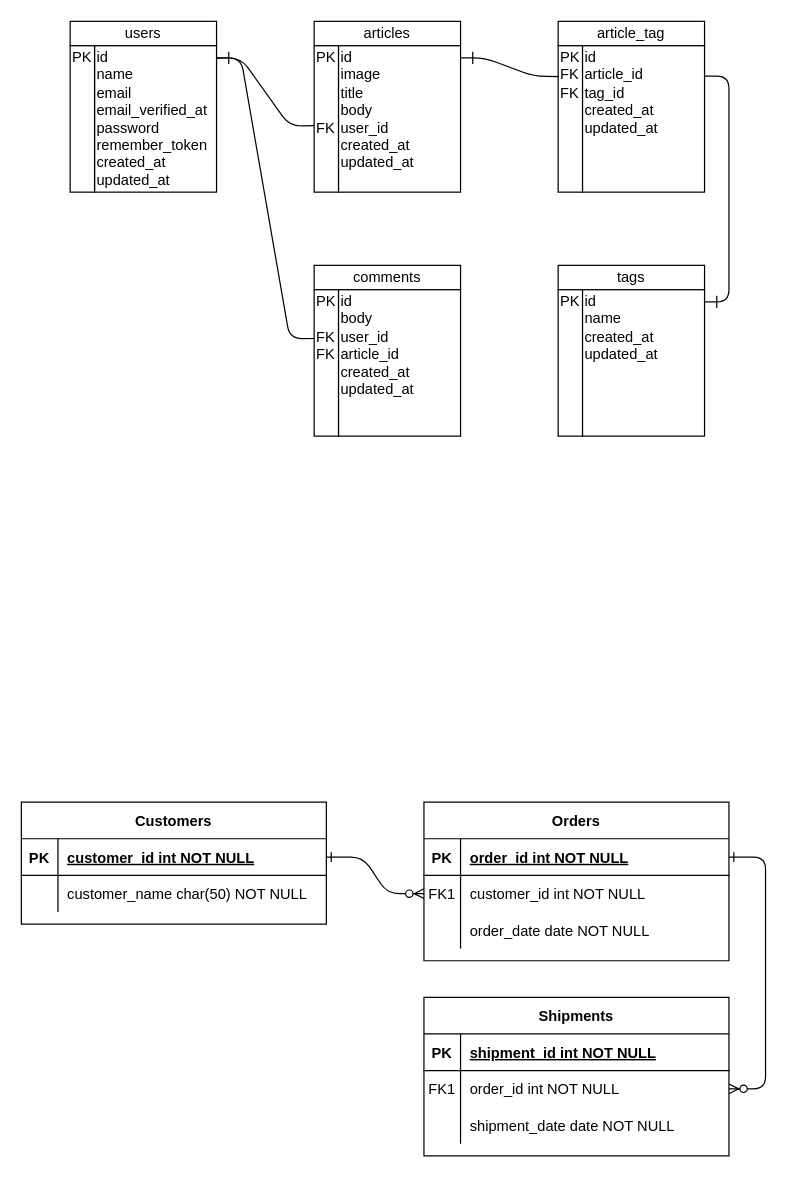
Above: cts-remake Diagram.drawio in yuuhei-koutoku/cts-remake (draw.io), before the change. Source tidied: cells renumbered, new cells numbered last; positions are measured from the earlier drawing's top-left corner, leaving out a move shared by most shapes. Both pictures are drawn from the tidied source at 122%, with x=0, y=0 at pixel (21, 21).
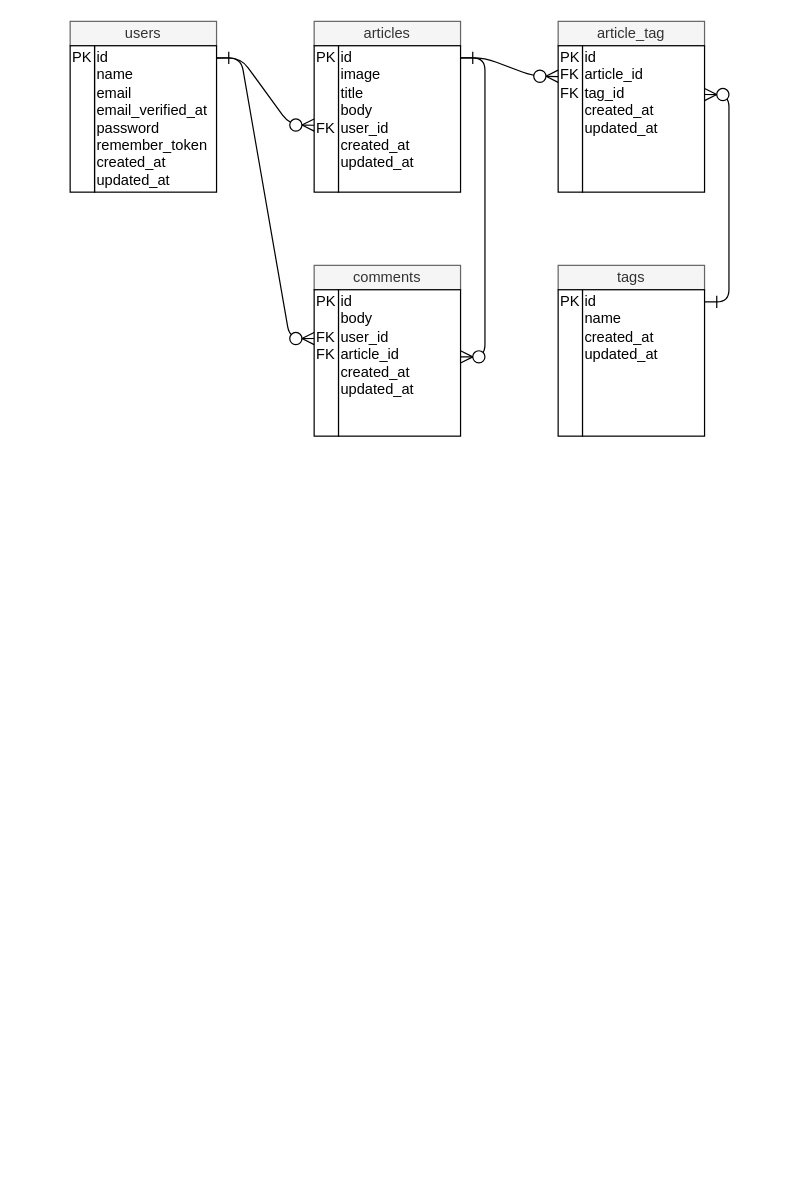
The same diagram, later.

The change refers to these unchanged cells:
```xml
<mxCell id="32" value="id&lt;br&gt;name&lt;br&gt;email&lt;br&gt;email_verified_at&lt;br&gt;password&lt;br&gt;remember_token&lt;br&gt;created_at&lt;br&gt;updated_at" style="rounded=0;whiteSpace=wrap;html=1;align=left;" parent="1" vertex="1">
  <mxGeometry x="60" y="20" width="100" height="120" as="geometry" />
</mxCell>
<mxCell id="35" value="PK&lt;br&gt;&lt;br&gt;&lt;br&gt;&lt;br&gt;FK&lt;br&gt;&lt;br&gt;&lt;br&gt;&lt;br&gt;" style="rounded=0;whiteSpace=wrap;html=1;align=left;verticalAlign=middle;" parent="1" vertex="1">
  <mxGeometry x="240" y="20" width="20" height="120" as="geometry" />
</mxCell>
<mxCell id="43" value="id&lt;br&gt;article_id&lt;br&gt;tag_id&lt;br&gt;created_at&lt;br&gt;updated_at&lt;br&gt;&lt;br&gt;&lt;br&gt;&lt;br&gt;" style="rounded=0;whiteSpace=wrap;html=1;align=left;verticalAlign=middle;" parent="1" vertex="1">
  <mxGeometry x="460" y="20" width="100" height="120" as="geometry" />
</mxCell>
```

What changed in the source:
```diff
@@
-    <mxCell id="2" style="edgeStyle=entityRelationEdgeStyle;endArrow=ERzeroToMany;startArrow=ERone;endFill=1;startFill=0;" parent="1" edge="1" source="25" target="8">
-      <mxGeometry relative="1" as="geometry" />
-    </mxCell>
-    <mxCell id="3" style="edgeStyle=entityRelationEdgeStyle;endArrow=ERzeroToMany;startArrow=ERone;endFill=1;startFill=0;" parent="1" edge="1" source="5" target="18">
-      <mxGeometry relative="1" as="geometry" />
-    </mxCell>
-    <mxCell id="4" value="Orders" style="shape=table;startSize=30;childLayout=tableLayout;rowLines=0;fontStyle=1;align=center;" parent="1" vertex="1">
-      <mxGeometry x="330" y="640" width="250" height="130" as="geometry" />
-    </mxCell>
-    <mxCell id="5" style="shape=partialRectangle;fillColor=none;points=[[0,0.5],[1,0.5]];portConstraint=eastwest;top=0;left=0;right=0;bottom=1;" parent="4" vertex="1">
-      <mxGeometry y="30" width="250" height="30" as="geometry" />
-    </mxCell>
-    <mxCell id="6" value="PK" style="shape=partialRectangle;overflow=hidden;fillColor=none;top=0;left=0;bottom=0;right=0;fontStyle=1;" parent="5" vertex="1">
-      <mxGeometry width="30" height="30" as="geometry" />
-    </mxCell>
-    <mxCell id="7" value="order_id int NOT NULL " style="shape=partialRectangle;overflow=hidden;fillColor=none;top=0;left=0;bottom=0;right=0;align=left;spacingLeft=6;fontStyle=5;" parent="5" vertex="1">
-      <mxGeometry x="30" width="220" height="30" as="geometry" />
-    </mxCell>
-    <mxCell id="8" style="shape=partialRectangle;fillColor=none;points=[[0,0.5],[1,0.5]];portConstraint=eastwest;top=0;left=0;right=0;bottom=0;" parent="4" vertex="1">
-      <mxGeometry y="60" width="250" height="30" as="geometry" />
-    </mxCell>
-    <mxCell id="9" value="FK1" style="shape=partialRectangle;overflow=hidden;fillColor=none;top=0;left=0;bottom=0;right=0;" parent="8" vertex="1">
-      <mxGeometry width="30" height="30" as="geometry" />
-    </mxCell>
-    <mxCell id="10" value="customer_id int NOT NULL" style="shape=partialRectangle;overflow=hidden;fillColor=none;top=0;left=0;bottom=0;right=0;align=left;spacingLeft=6;" parent="8" vertex="1">
-      <mxGeometry x="30" width="220" height="30" as="geometry" />
-    </mxCell>
-    <mxCell id="11" style="shape=partialRectangle;fillColor=none;top=0;left=0;right=0;bottom=0;" parent="4" vertex="1">
-      <mxGeometry y="90" width="250" height="30" as="geometry" />
-    </mxCell>
-    <mxCell id="12" style="shape=partialRectangle;overflow=hidden;fillColor=none;top=0;left=0;bottom=0;right=0;" parent="11" vertex="1">
-      <mxGeometry width="30" height="30" as="geometry" />
-    </mxCell>
-    <mxCell id="13" value="order_date date NOT NULL" style="shape=partialRectangle;overflow=hidden;fillColor=none;top=0;left=0;bottom=0;right=0;align=left;spacingLeft=6;" parent="11" vertex="1">
-      <mxGeometry x="30" width="220" height="30" as="geometry" />
-    </mxCell>
-    <mxCell id="14" value="Shipments" style="shape=table;startSize=30;childLayout=tableLayout;rowLines=0;fontStyle=1;align=center;" parent="1" vertex="1">
-      <mxGeometry x="330" y="800" width="250" height="130" as="geometry" />
-    </mxCell>
-    <mxCell id="15" style="shape=partialRectangle;fillColor=none;top=0;left=0;right=0;bottom=1;" parent="14" vertex="1">
-      <mxGeometry y="30" width="250" height="30" as="geometry" />
-    </mxCell>
-    <mxCell id="16" value="PK" style="shape=partialRectangle;overflow=hidden;fillColor=none;top=0;left=0;bottom=0;right=0;fontStyle=1;" parent="15" vertex="1">
-      <mxGeometry width="30" height="30" as="geometry" />
-    </mxCell>
-    <mxCell id="17" value="shipment_id int NOT NULL " style="shape=partialRectangle;overflow=hidden;fillColor=none;top=0;left=0;bottom=0;right=0;align=left;spacingLeft=6;fontStyle=5;" parent="15" vertex="1">
-      <mxGeometry x="30" width="220" height="30" as="geometry" />
-    </mxCell>
-    <mxCell id="18" style="shape=partialRectangle;fillColor=none;points=[[0,0.5],[1,0.5]];portConstraint=eastwest;top=0;left=0;right=0;bottom=0;" parent="14" vertex="1">
-      <mxGeometry y="60" width="250" height="30" as="geometry" />
-    </mxCell>
-    <mxCell id="19" value="FK1" style="shape=partialRectangle;overflow=hidden;fillColor=none;top=0;left=0;bottom=0;right=0;" parent="18" vertex="1">
-      <mxGeometry width="30" height="30" as="geometry" />
-    </mxCell>
-    <mxCell id="20" value="order_id int NOT NULL" style="shape=partialRectangle;overflow=hidden;fillColor=none;top=0;left=0;bottom=0;right=0;align=left;spacingLeft=6;" parent="18" vertex="1">
-      <mxGeometry x="30" width="220" height="30" as="geometry" />
-    </mxCell>
-    <mxCell id="21" style="shape=partialRectangle;fillColor=none;top=0;left=0;right=0;bottom=0;" parent="14" vertex="1">
-      <mxGeometry y="90" width="250" height="30" as="geometry" />
-    </mxCell>
-    <mxCell id="22" style="shape=partialRectangle;overflow=hidden;fillColor=none;top=0;left=0;bottom=0;right=0;" parent="21" vertex="1">
-      <mxGeometry width="30" height="30" as="geometry" />
-    </mxCell>
-    <mxCell id="23" value="shipment_date date NOT NULL" style="shape=partialRectangle;overflow=hidden;fillColor=none;top=0;left=0;bottom=0;right=0;align=left;spacingLeft=6;" parent="21" vertex="1">
-      <mxGeometry x="30" width="220" height="30" as="geometry" />
-    </mxCell>
-    <mxCell id="24" value="Customers" style="shape=table;startSize=30;childLayout=tableLayout;rowLines=0;fontStyle=1;align=center;" parent="1" vertex="1">
-      <mxGeometry y="640" width="250" height="100" as="geometry" />
-    </mxCell>
-    <mxCell id="25" style="shape=partialRectangle;fillColor=none;points=[[0,0.5],[1,0.5]];portConstraint=eastwest;top=0;left=0;right=0;bottom=1;" parent="24" vertex="1">
-      <mxGeometry y="30" width="250" height="30" as="geometry" />
-    </mxCell>
-    <mxCell id="26" value="PK" style="shape=partialRectangle;overflow=hidden;fillColor=none;top=0;left=0;bottom=0;right=0;fontStyle=1;" parent="25" vertex="1">
-      <mxGeometry width="30" height="30" as="geometry" />
-    </mxCell>
-    <mxCell id="27" value="customer_id int NOT NULL " style="shape=partialRectangle;overflow=hidden;fillColor=none;top=0;left=0;bottom=0;right=0;align=left;spacingLeft=6;fontStyle=5;" parent="25" vertex="1">
-      <mxGeometry x="30" width="220" height="30" as="geometry" />
-    </mxCell>
-    <mxCell id="28" style="shape=partialRectangle;fillColor=none;top=0;left=0;right=0;bottom=0;" parent="24" vertex="1">
-      <mxGeometry y="60" width="250" height="30" as="geometry" />
-    </mxCell>
-    <mxCell id="29" style="shape=partialRectangle;overflow=hidden;fillColor=none;top=0;left=0;bottom=0;right=0;" parent="28" vertex="1">
-      <mxGeometry width="30" height="30" as="geometry" />
-    </mxCell>
-    <mxCell id="30" value="customer_name char(50) NOT NULL" style="shape=partialRectangle;overflow=hidden;fillColor=none;top=0;left=0;bottom=0;right=0;align=left;spacingLeft=6;" parent="28" vertex="1">
-      <mxGeometry x="30" width="220" height="30" as="geometry" />
-    </mxCell>
-    <mxCell id="31" value="users" style="rounded=0;whiteSpace=wrap;html=1;" parent="1" vertex="1">
+    <mxCell id="31" value="users" style="rounded=0;whiteSpace=wrap;html=1;labelBackgroundColor=none;fillColor=#f5f5f5;strokeColor=#666666;fontColor=#333333;" parent="1" vertex="1">
       <mxGeometry x="40" width="120" height="20" as="geometry" />
     </mxCell>
@@
-    <mxCell id="34" value="&lt;div&gt;&lt;span&gt;articles&lt;/span&gt;&lt;/div&gt;" style="rounded=0;whiteSpace=wrap;html=1;align=center;" parent="1" vertex="1">
+    <mxCell id="34" value="&lt;div&gt;&lt;span&gt;articles&lt;/span&gt;&lt;/div&gt;" style="rounded=0;whiteSpace=wrap;html=1;align=center;labelBackgroundColor=none;fillColor=#f5f5f5;strokeColor=#666666;fontColor=#333333;" parent="1" vertex="1">
       <mxGeometry x="240" width="120" height="20" as="geometry" />
     </mxCell>
@@
-    <mxCell id="37" value="article_tag" style="rounded=0;whiteSpace=wrap;html=1;align=center;" parent="1" vertex="1">
+    <mxCell id="37" value="article_tag" style="rounded=0;whiteSpace=wrap;html=1;align=center;labelBackgroundColor=none;fillColor=#f5f5f5;strokeColor=#666666;fontColor=#333333;" parent="1" vertex="1">
       <mxGeometry x="440" width="120" height="20" as="geometry" />
     </mxCell>
-    <mxCell id="38" value="tags" style="rounded=0;whiteSpace=wrap;html=1;align=center;" parent="1" vertex="1">
+    <mxCell id="38" value="tags" style="rounded=0;whiteSpace=wrap;html=1;align=center;labelBackgroundColor=none;fillColor=#f5f5f5;strokeColor=#666666;fontColor=#333333;" parent="1" vertex="1">
       <mxGeometry x="440" y="200" width="120" height="20" as="geometry" />
     </mxCell>
-    <mxCell id="39" value="comments" style="rounded=0;whiteSpace=wrap;html=1;align=center;" parent="1" vertex="1">
+    <mxCell id="39" value="comments" style="rounded=0;whiteSpace=wrap;html=1;align=center;labelBackgroundColor=none;fillColor=#f5f5f5;strokeColor=#666666;fontColor=#333333;" parent="1" vertex="1">
       <mxGeometry x="240" y="200" width="120" height="20" as="geometry" />
     </mxCell>
@@
-    <mxCell id="46" style="endArrow=none;html=1;entryX=0;entryY=0.546;entryDx=0;entryDy=0;entryPerimeter=0;exitX=1.002;exitY=0.084;exitDx=0;exitDy=0;exitPerimeter=0;" parent="1" edge="1" source="32" target="35">
+    <mxCell id="46" style="endArrow=none;html=1;exitX=1.002;exitY=0.084;exitDx=0;exitDy=0;exitPerimeter=0;entryX=-0.002;entryY=0.543;entryDx=0;entryDy=0;entryPerimeter=0;" parent="1" edge="1" source="32" target="35">
       <mxGeometry relative="1" as="geometry">
         <Array as="points">
           <mxPoint x="180" y="30" />
-          <mxPoint x="220" y="86" />
+          <mxPoint x="220" y="85" />
         </Array>
       </mxGeometry>
     </mxCell>
@@
-    <mxCell id="49" style="endArrow=none;html=1;entryX=1.001;entryY=0.207;entryDx=0;entryDy=0;entryPerimeter=0;" parent="1" edge="1" target="43">
+    <mxCell id="49" style="endArrow=none;html=1;entryX=1;entryY=0.333;entryDx=0;entryDy=0;entryPerimeter=0;" parent="1" edge="1" target="43">
       <mxGeometry relative="1" as="geometry">
         <mxPoint x="560" y="230" as="sourcePoint" />
         <Array as="points">
           <mxPoint x="580" y="230" />
-          <mxPoint x="580" y="45" />
+          <mxPoint x="580" y="60" />
         </Array>
       </mxGeometry>
     </mxCell>
@@
+    <mxCell id="53" style="ellipse;whiteSpace=wrap;html=1;align=left;" parent="1" vertex="1">
+      <mxGeometry x="220" y="80" width="10" height="10" as="geometry" />
+    </mxCell>
+    <mxCell id="54" style="endArrow=none;html=1;entryX=0;entryY=0.5;entryDx=0;entryDy=0;" parent="1" edge="1" target="35">
+      <mxGeometry relative="1" as="geometry">
+        <mxPoint x="230" y="85" as="sourcePoint" />
+      </mxGeometry>
+    </mxCell>
+    <mxCell id="55" style="endArrow=none;html=1;exitX=0;exitY=0.583;exitDx=0;exitDy=0;exitPerimeter=0;" parent="1" edge="1" source="35">
+      <mxGeometry relative="1" as="geometry">
+        <mxPoint x="230" y="85" as="targetPoint" />
+      </mxGeometry>
+    </mxCell>
+    <mxCell id="56" style="ellipse;whiteSpace=wrap;html=1;align=left;" parent="1" vertex="1">
+      <mxGeometry x="420" y="40" width="10" height="10" as="geometry" />
+    </mxCell>
+    <mxCell id="57" style="endArrow=none;html=1;entryX=0;entryY=0.5;entryDx=0;entryDy=0;" parent="1" edge="1">
+      <mxGeometry relative="1" as="geometry">
+        <mxPoint x="430" y="45" as="sourcePoint" />
+        <mxPoint x="440" y="40" as="targetPoint" />
+      </mxGeometry>
+    </mxCell>
+    <mxCell id="58" style="endArrow=none;html=1;exitX=0;exitY=0.583;exitDx=0;exitDy=0;exitPerimeter=0;" parent="1" edge="1">
+      <mxGeometry relative="1" as="geometry">
+        <mxPoint x="440" y="50" as="sourcePoint" />
+        <mxPoint x="430" y="45" as="targetPoint" />
+      </mxGeometry>
+    </mxCell>
+    <mxCell id="59" style="ellipse;whiteSpace=wrap;html=1;align=left;" parent="1" vertex="1">
+      <mxGeometry x="220" y="255" width="10" height="10" as="geometry" />
+    </mxCell>
+    <mxCell id="60" style="endArrow=none;html=1;entryX=0;entryY=0.5;entryDx=0;entryDy=0;" parent="1" edge="1">
+      <mxGeometry relative="1" as="geometry">
+        <mxPoint x="230" y="260" as="sourcePoint" />
+        <mxPoint x="240" y="255" as="targetPoint" />
+        <Array as="points">
+          <mxPoint x="230" y="260" />
+        </Array>
+      </mxGeometry>
+    </mxCell>
+    <mxCell id="61" style="endArrow=none;html=1;exitX=0;exitY=0.583;exitDx=0;exitDy=0;exitPerimeter=0;" parent="1" edge="1">
+      <mxGeometry relative="1" as="geometry">
+        <mxPoint x="240" y="265" as="sourcePoint" />
+        <mxPoint x="230" y="260" as="targetPoint" />
+      </mxGeometry>
+    </mxCell>
+    <mxCell id="62" style="ellipse;whiteSpace=wrap;html=1;align=left;" parent="1" vertex="1">
+      <mxGeometry x="570" y="55" width="10" height="10" as="geometry" />
+    </mxCell>
+    <mxCell id="63" style="endArrow=none;html=1;entryX=0;entryY=0.5;entryDx=0;entryDy=0;" parent="1" edge="1">
+      <mxGeometry relative="1" as="geometry">
+        <mxPoint x="560" y="65" as="sourcePoint" />
+        <mxPoint x="570" y="60" as="targetPoint" />
+      </mxGeometry>
+    </mxCell>
+    <mxCell id="64" style="endArrow=none;html=1;exitX=0;exitY=0.583;exitDx=0;exitDy=0;exitPerimeter=0;" parent="1" edge="1">
+      <mxGeometry relative="1" as="geometry">
+        <mxPoint x="570" y="60" as="sourcePoint" />
+        <mxPoint x="560" y="55" as="targetPoint" />
+      </mxGeometry>
+    </mxCell>
+    <mxCell id="65" style="endArrow=none;html=1;exitX=1;exitY=0.5;exitDx=0;exitDy=0;" parent="1" edge="1">
+      <mxGeometry relative="1" as="geometry">
+        <mxPoint x="360" y="275" as="sourcePoint" />
+        <mxPoint x="360" y="30" as="targetPoint" />
+        <Array as="points">
+          <mxPoint x="380" y="275" />
+          <mxPoint x="380" y="30" />
+        </Array>
+      </mxGeometry>
+    </mxCell>
+    <mxCell id="66" style="ellipse;whiteSpace=wrap;html=1;align=left;" parent="1" vertex="1">
+      <mxGeometry x="370" y="270" width="10" height="10" as="geometry" />
+    </mxCell>
+    <mxCell id="67" style="endArrow=none;html=1;entryX=0;entryY=0.5;entryDx=0;entryDy=0;" parent="1" edge="1">
+      <mxGeometry relative="1" as="geometry">
+        <mxPoint x="360" y="280" as="sourcePoint" />
+        <mxPoint x="370" y="275" as="targetPoint" />
+      </mxGeometry>
+    </mxCell>
+    <mxCell id="68" style="endArrow=none;html=1;exitX=0;exitY=0.583;exitDx=0;exitDy=0;exitPerimeter=0;" parent="1" edge="1">
+      <mxGeometry relative="1" as="geometry">
+        <mxPoint x="370" y="275" as="sourcePoint" />
+        <mxPoint x="360" y="270" as="targetPoint" />
+      </mxGeometry>
+    </mxCell>
```
